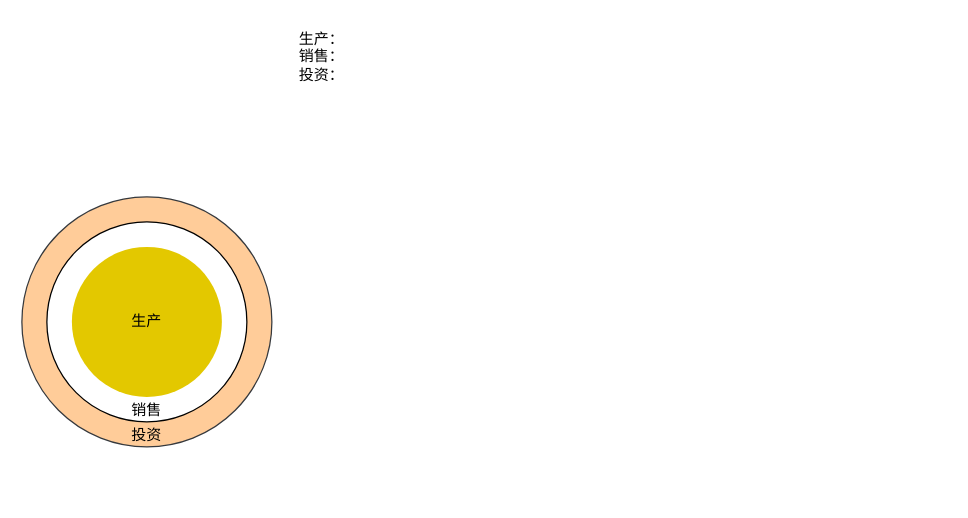
Before: 熟鸡蛋财富结构.drawio in yanhanfrontend/draw.io.workspace, a draw.io diagram. Source tidied: cells renumbered, new cells numbered last; positions are measured from the earlier drawing's top-left corner, leaving out a move shared by most shapes. Both pictures are drawn from the tidied source at 125%, with x=0, y=0 at pixel (21, 21).
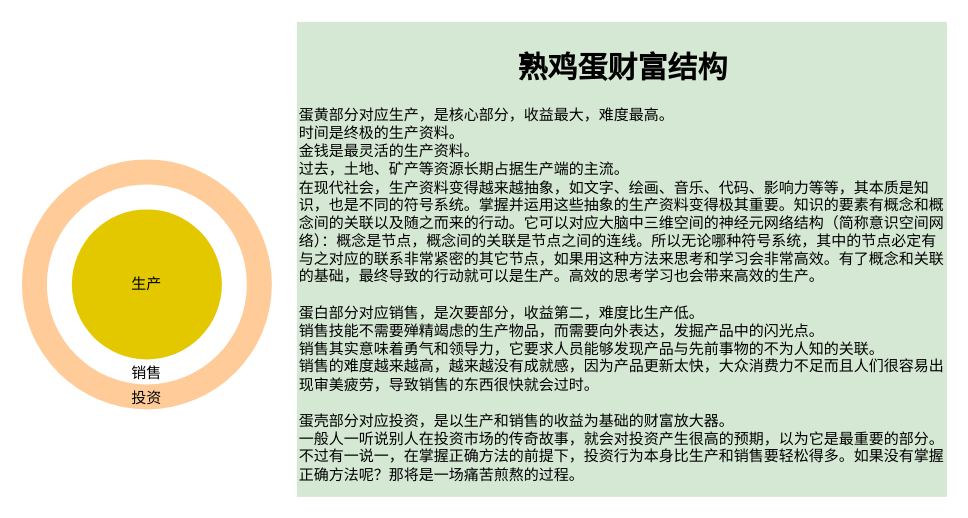
The same page after the edit.

Commit message:
更新熟鸡蛋财富结构.drawio

Change to the diagram source:
```diff
@@
 <mxGraphModel>
   <root>
     <mxCell id="0" />
     <mxCell id="1" parent="0" />
+    <mxCell id="5" value="&lt;h1 style=&quot;text-align: center;&quot;&gt;熟鸡蛋财富结构&lt;/h1&gt;&lt;div&gt;&lt;span style=&quot;background-color: transparent; color: light-dark(rgb(0, 0, 0), rgb(255, 255, 255));&quot;&gt;蛋黄部分对应生产，是核心部分，收益最大，难度最高。&lt;/span&gt;&lt;/div&gt;&lt;div&gt;时间是终极的生产资料。&lt;/div&gt;&lt;div&gt;金钱是最灵活的生产资料。&lt;/div&gt;&lt;div&gt;过去，土地、矿产等资源长期占据生产端的主流。&lt;/div&gt;&lt;div&gt;在现代社会，生产资料变得越来越抽象，如文字、绘画、音乐、代码、影响力等等，其本质是知识，也是不同的符号系统。掌握并运用这些抽象的生产资料变得极其重要。知识的要素有概念和概念间的关联以及随之而来的行动。它可以对应大脑中三维空间的神经元网络结构（简称意识空间网络）：概念是节点，概念间的关联是节点之间的连线。所以无论哪种符号系统，其中的节点必定有与之对应的联系非常紧密的其它节点，如果用这种方法来思考和学习会非常高效。有了概念和关联的基础，最终导致的行动就可以是生产。高效的思考学习也会带来高效的生产。&lt;br&gt;&lt;div&gt;&lt;br&gt;&lt;/div&gt;&lt;div&gt;蛋白部分对应销售，是次要部分，收益第二，难度比生产低。&lt;/div&gt;&lt;div&gt;销售技能不需要殚精竭虑的生产物品，而需要向外表达，发掘产品中的闪光点。&lt;/div&gt;&lt;div&gt;销售其实意味着勇气和领导力，它要求人员能够发现产品与先前事物的不为人知的关联。&lt;/div&gt;&lt;div&gt;销售的难度越来越高，越来越没有成就感，因为产品更新太快，大众消费力不足而且人们很容易出现审美疲劳，导致销售的东西很快就会过时。&lt;/div&gt;&lt;div&gt;&lt;br&gt;&lt;/div&gt;&lt;div&gt;蛋壳部分对应投资，是以生产和销售的收益为基础的财富放大器。&lt;/div&gt;&lt;div&gt;一般人一听说别人在投资市场的传奇故事，就会对投资产生很高的预期，以为它是最重要的部分&lt;span style=&quot;background-color: transparent; color: light-dark(rgb(0, 0, 0), rgb(255, 255, 255));&quot;&gt;。&lt;/span&gt;&lt;/div&gt;&lt;/div&gt;&lt;div&gt;&lt;span style=&quot;background-color: transparent; color: light-dark(rgb(0, 0, 0), rgb(255, 255, 255));&quot;&gt;不过有一说一，在掌握正确方法的前提下，投资行为本身比生产和销售要轻松得多。如果没有掌握正确方法呢？那将是一场痛苦煎熬的过程。&lt;/span&gt;&lt;/div&gt;" style="text;html=1;align=left;verticalAlign=top;whiteSpace=wrap;rounded=0;fillColor=#d5e8d4;strokeColor=none;" parent="1" vertex="1">
+      <mxGeometry x="220" width="520" height="380" as="geometry" />
+    </mxCell>
+    <mxCell id="6" style="group;" parent="1" vertex="1">
+      <mxGeometry y="110" width="200" height="200" as="geometry" />
+    </mxCell>
-    <mxCell id="2" value="投资" style="ellipse;whiteSpace=wrap;html=1;fillColor=#ffcc99;strokeColor=#36393d;verticalAlign=bottom;" parent="1" vertex="1">
-      <mxGeometry y="140" width="200" height="200" as="geometry" />
+    <mxCell id="2" value="投资" style="ellipse;whiteSpace=wrap;html=1;fillColor=#ffcc99;strokeColor=none;verticalAlign=bottom;" parent="6" vertex="1">
+      <mxGeometry width="200" height="200" as="geometry" />
     </mxCell>
-    <mxCell id="3" value="销售" style="ellipse;whiteSpace=wrap;html=1;strokeColor=default;verticalAlign=bottom;" parent="1" vertex="1">
-      <mxGeometry x="20" y="160" width="160" height="160" as="geometry" />
+    <mxCell id="3" value="销售" style="ellipse;whiteSpace=wrap;html=1;strokeColor=none;verticalAlign=bottom;" parent="6" vertex="1">
+      <mxGeometry x="20" y="20" width="160" height="160" as="geometry" />
     </mxCell>
-    <mxCell id="4" value="生产" style="ellipse;whiteSpace=wrap;html=1;fillColor=#e3c800;strokeColor=none;gradientDirection=radial;fontColor=#000000;" parent="1" vertex="1">
-      <mxGeometry x="40" y="180" width="120" height="120" as="geometry" />
+    <mxCell id="4" value="生产" style="ellipse;whiteSpace=wrap;html=1;fillColor=#e3c800;strokeColor=none;gradientDirection=radial;fontColor=#000000;" parent="6" vertex="1">
+      <mxGeometry x="40" y="40" width="120" height="120" as="geometry" />
     </mxCell>
-    <mxCell id="5" value="生产：&lt;div&gt;销售：&lt;/div&gt;&lt;div style=&quot;&quot;&gt;投资：&lt;/div&gt;" style="text;html=1;align=left;verticalAlign=top;whiteSpace=wrap;rounded=0;" parent="1" vertex="1">
-      <mxGeometry x="220" width="120" height="120" as="geometry" />
-    </mxCell>
   </root>
 </mxGraphModel>
```
